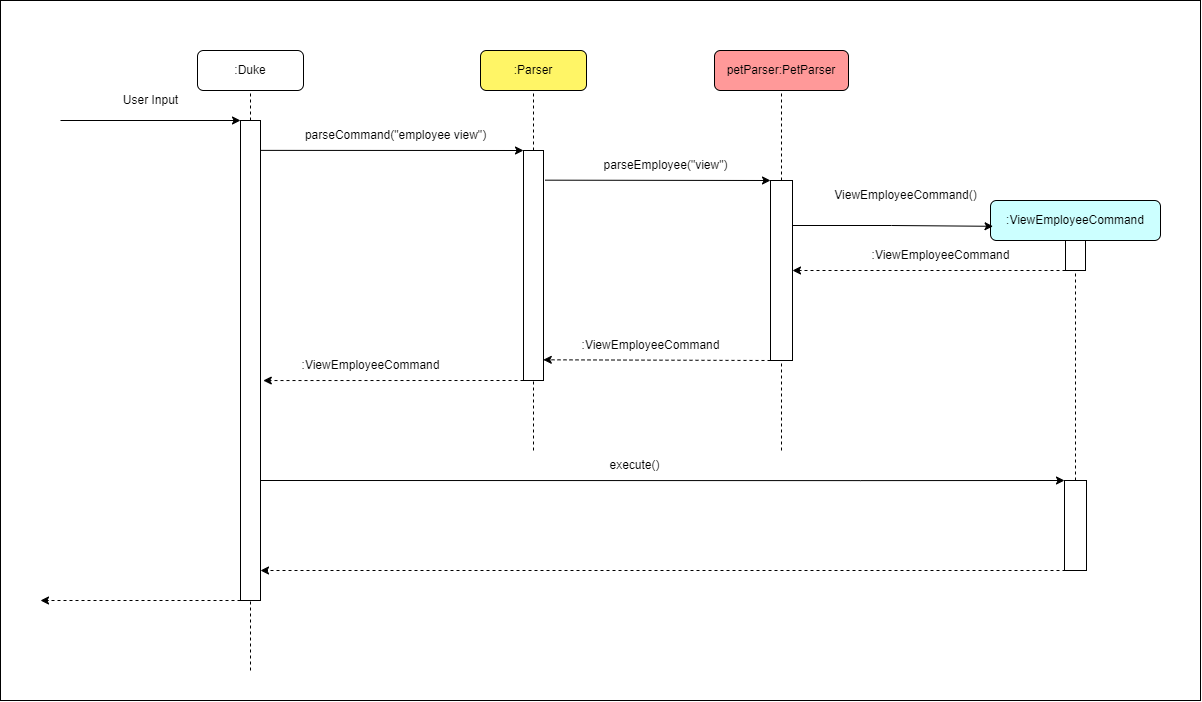
This is docs/uml/EmployeeView.png from nus-cs2113-AY2223S1/tp, a draw.io export, as it was before one commit. Source tidied: cells renumbered, new cells last; positions are measured from the earlier drawing's top-left corner, leaving out a move shared by most shapes.
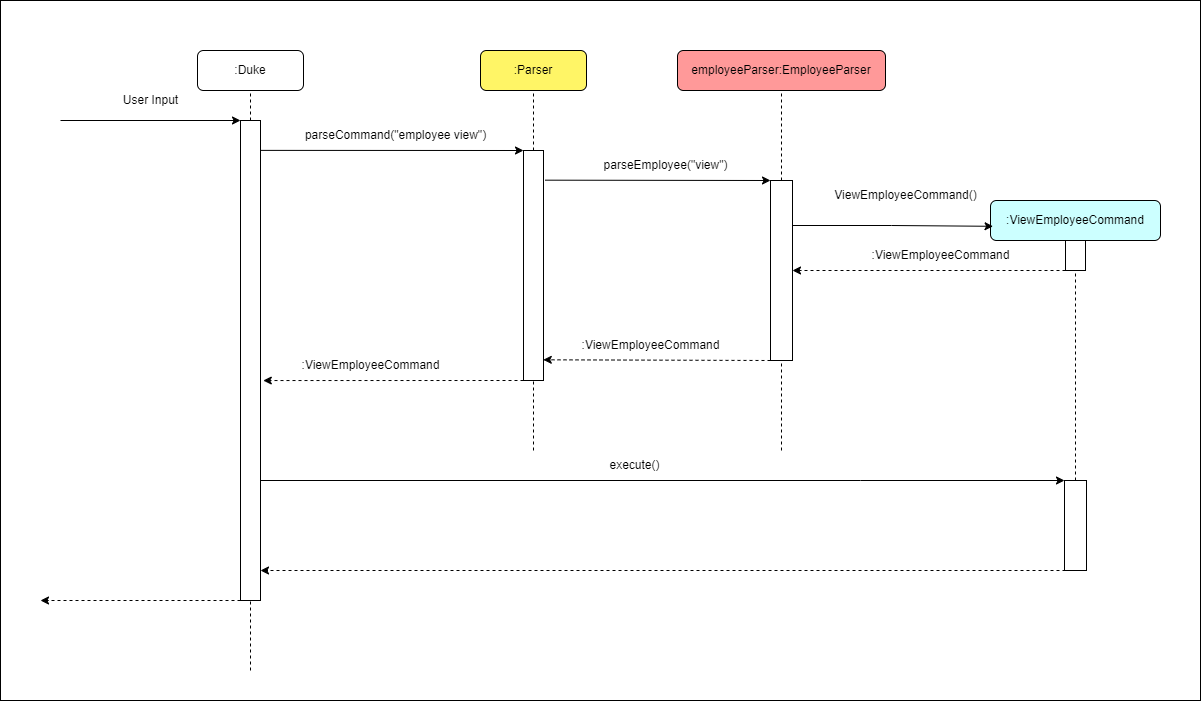
After the change.

Commit message:
UML typo fixed

What changed in the source:
```diff
@@ -5,8 +5,8 @@
     <mxCell id="2" style="rounded=0;whiteSpace=wrap;html=1;" parent="1" vertex="1">
       <mxGeometry width="1200" height="700" as="geometry" />
     </mxCell>
-    <mxCell id="3" value="petParser:PetParser" style="rounded=1;whiteSpace=wrap;html=1;fillColor=#FF9999;" parent="1" vertex="1">
-      <mxGeometry x="714" y="50" width="134" height="40" as="geometry" />
+    <mxCell id="3" value="employeeParser:EmployeeParser" style="rounded=1;whiteSpace=wrap;html=1;fillColor=#FF9999;" parent="1" vertex="1">
+      <mxGeometry x="677" y="50" width="208" height="40" as="geometry" />
     </mxCell>
     <mxCell id="4" value=":ViewEmployeeCommand" style="rounded=1;whiteSpace=wrap;html=1;fillColor=#CCFFFF;" parent="1" vertex="1">
       <mxGeometry x="990" y="200" width="170" height="40" as="geometry" />
```
